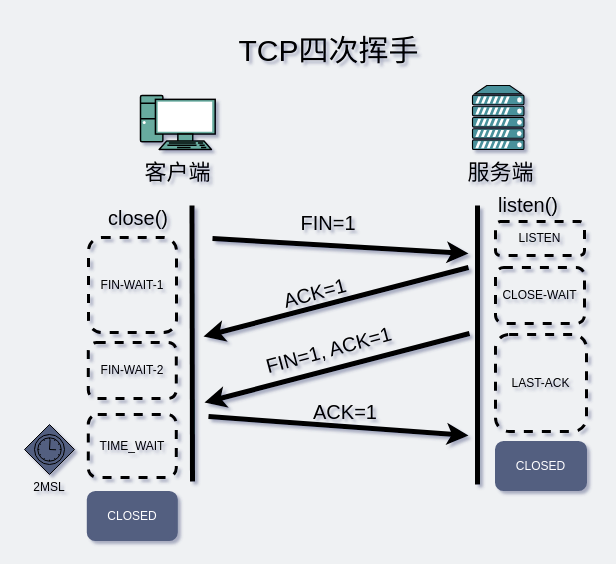
Above: network/TCP四次挥手.drawio in xiaobaiTech/image (draw.io), before the change. Source tidied: cells renumbered, new cells numbered last; positions are measured from the earlier drawing's top-left corner, leaving out a move shared by most shapes. Both pictures are drawn from the tidied source at 100%, with x=0, y=0 at pixel (24, 36).
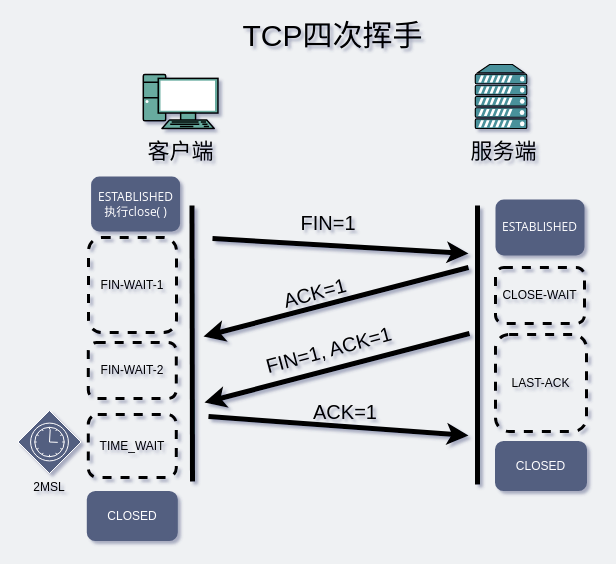
Above is the later version.

Diff of the diagram source:
```diff
@@
     <mxCell id="2" style="fontColor=#0066CC;verticalAlign=top;verticalLabelPosition=bottom;labelPosition=center;align=center;html=1;gradientColor=none;gradientDirection=north;strokeWidth=2;shape=mxgraph.networks.pc;fillColor=#67AB9F;fontSize=30;" parent="1" vertex="1">
-      <mxGeometry x="116" y="59" width="74.7" height="54" as="geometry" />
+      <mxGeometry x="118.8" y="38" width="74.7" height="54" as="geometry" />
     </mxCell>
     <mxCell id="3" value="客户端" style="text;html=1;strokeColor=none;fillColor=none;align=center;verticalAlign=middle;whiteSpace=wrap;rounded=0;fontSize=22;" parent="1" vertex="1">
-      <mxGeometry x="63.8" y="127" width="179" height="20" as="geometry" />
+      <mxGeometry x="66.6" y="106" width="179" height="20" as="geometry" />
     </mxCell>
     <mxCell id="4" style="fontColor=#0066CC;verticalAlign=top;verticalLabelPosition=bottom;labelPosition=center;align=center;html=1;gradientColor=none;gradientDirection=north;strokeWidth=2;shape=mxgraph.networks.server;fillColor=#4A919B;" parent="1" vertex="1">
-      <mxGeometry x="448" y="49" width="51.5" height="64" as="geometry" />
+      <mxGeometry x="450.8" y="28" width="51.5" height="64" as="geometry" />
     </mxCell>
     <mxCell id="5" value="服务端" style="text;html=1;strokeColor=none;fillColor=none;align=center;verticalAlign=middle;whiteSpace=wrap;rounded=0;fontSize=22;" parent="1" vertex="1">
-      <mxGeometry x="387" y="127" width="179" height="20" as="geometry" />
+      <mxGeometry x="389.8" y="106" width="179" height="20" as="geometry" />
     </mxCell>
     <mxCell id="6" value="&lt;font style=&quot;font-size: 30px&quot;&gt;TCP四次挥手&lt;/font&gt;" style="text;html=1;strokeColor=none;fillColor=none;align=center;verticalAlign=middle;whiteSpace=wrap;rounded=0;" parent="1" vertex="1">
-      <mxGeometry x="106.5" width="395" height="28" as="geometry" />
+      <mxGeometry x="111" y="-15" width="395" height="28" as="geometry" />
     </mxCell>
@@
-    <mxCell id="12" value="close()" style="text;html=1;strokeColor=none;fillColor=none;align=center;verticalAlign=middle;whiteSpace=wrap;rounded=0;fontSize=20;" parent="1" vertex="1">
-      <mxGeometry x="84" y="171" width="60" height="20" as="geometry" />
-    </mxCell>
-    <mxCell id="13" value="listen()" style="text;html=1;strokeColor=none;fillColor=none;align=center;verticalAlign=middle;whiteSpace=wrap;rounded=0;fontSize=20;" parent="1" vertex="1">
-      <mxGeometry x="473.5" y="158" width="60" height="20" as="geometry" />
-    </mxCell>
@@
-    <mxCell id="15" value="LISTEN" style="rounded=1;whiteSpace=wrap;html=1;strokeColor=#000000;fillColor=none;dashed=1;strokeWidth=3;" parent="1" vertex="1">
-      <mxGeometry x="471" y="185" width="89" height="34" as="geometry" />
+    <mxCell id="15" value="&lt;span style=&quot;font-family: &amp;quot;open sans&amp;quot; , &amp;quot;clear sans&amp;quot; , &amp;quot;helvetica neue&amp;quot; , &amp;quot;helvetica&amp;quot; , &amp;quot;arial&amp;quot; , sans-serif&quot;&gt;&lt;font style=&quot;font-size: 12px&quot;&gt;ESTABLISHED&lt;/font&gt;&lt;/span&gt;" style="rounded=1;whiteSpace=wrap;html=1;dashed=1;strokeWidth=3;strokeColor=none;fillColor=#535E80;fontColor=#FFFFFF;" parent="1" vertex="1">
+      <mxGeometry x="471" y="163" width="89" height="56" as="geometry" />
     </mxCell>
@@
-    <mxCell id="27" style="shape=mxgraph.bpmn.gateway2;html=1;verticalLabelPosition=bottom;labelBackgroundColor=#ffffff;verticalAlign=top;align=center;perimeter=rhombusPerimeter;outline=standard;symbol=timer;fillColor=#535E80;" parent="1" vertex="1">
-      <mxGeometry y="388" width="50" height="50" as="geometry" />
+    <mxCell id="27" style="shape=mxgraph.bpmn.gateway2;html=1;verticalLabelPosition=bottom;labelBackgroundColor=#ffffff;verticalAlign=top;align=center;perimeter=rhombusPerimeter;outline=standard;symbol=timer;fillColor=#535E80;strokeColor=#FFFFFF;" parent="1" vertex="1">
+      <mxGeometry x="-6.5" y="374" width="63" height="63" as="geometry" />
     </mxCell>
@@
+    <mxCell id="29" value="&lt;span style=&quot;font-family: &amp;#34;open sans&amp;#34; , &amp;#34;clear sans&amp;#34; , &amp;#34;helvetica neue&amp;#34; , &amp;#34;helvetica&amp;#34; , &amp;#34;arial&amp;#34; , sans-serif&quot;&gt;&lt;font style=&quot;font-size: 12px&quot;&gt;ESTABLISHED&lt;br&gt;执行close( )&lt;br&gt;&lt;/font&gt;&lt;/span&gt;" style="rounded=1;whiteSpace=wrap;html=1;dashed=1;strokeWidth=3;fillColor=#535E80;strokeColor=none;fontColor=#FFFFFF;" parent="1" vertex="1">
+      <mxGeometry x="66.6" y="140" width="89" height="55" as="geometry" />
+    </mxCell>
```
